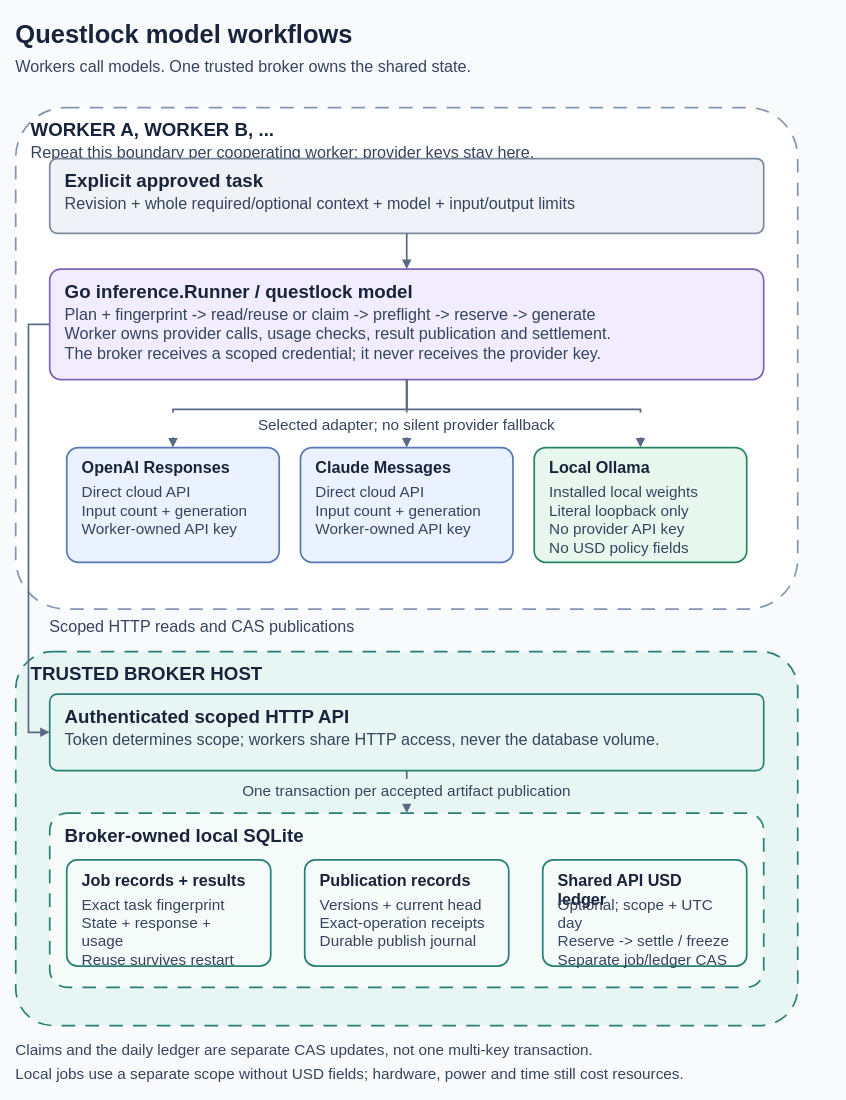
This is page "System boundaries" (1 of 2) of docs/diagrams/model-workflows.drawio from spfuzzylink/questlock, a draw.io file, before an edit. Source tidied: cells renumbered, new cells numbered last; positions are measured from the earlier drawing's top-left corner, leaving out a move shared by most shapes. Both pictures are drawn from the tidied source at 85%, with x=0, y=0 at pixel (15, 14).
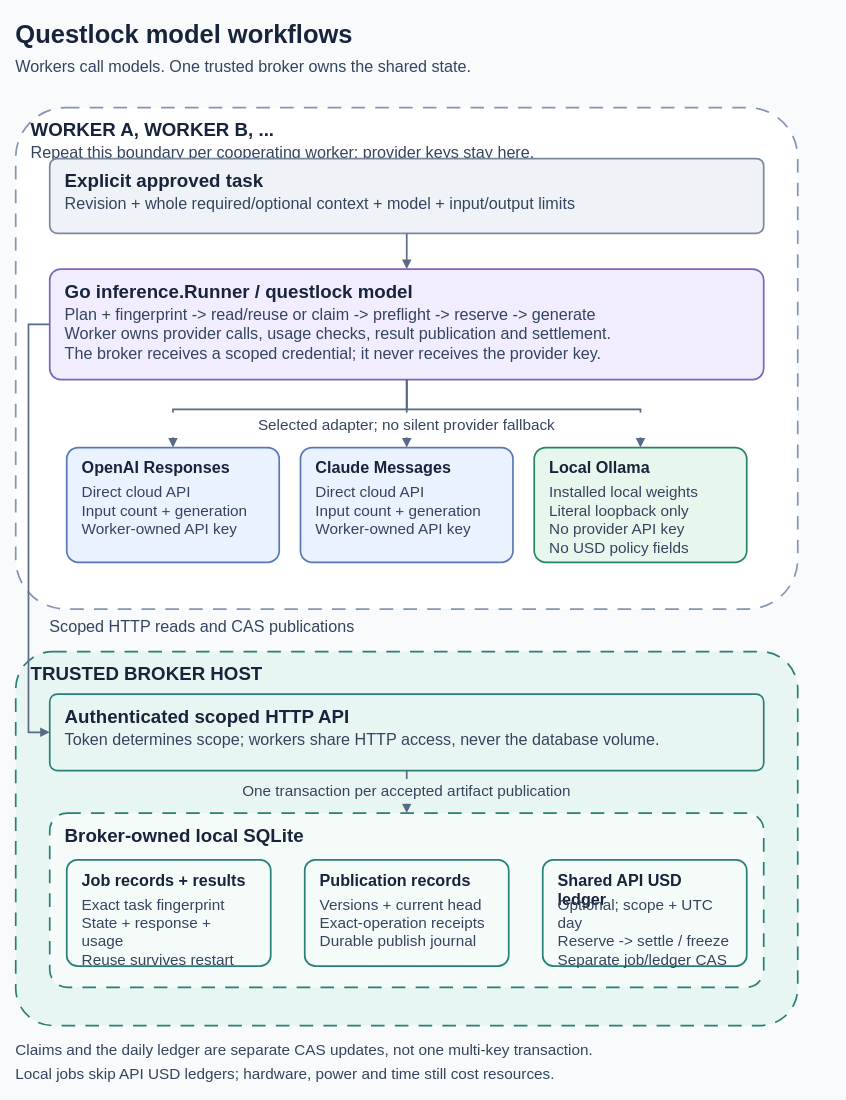
After the change.

What changed in the source:
```diff
@@
-    <mxCell id="48" value="Local jobs use a separate scope without USD fields; hardware, power and time still cost resources." style="text;html=0;whiteSpace=wrap;align=left;verticalAlign=top;fillColor=none;strokeColor=none;fontFamily=Arial;fontColor=#34445e;spacing=0;fontSize=18;align=left;fontColor=#34445e;" parent="1" vertex="1">
+    <mxCell id="48" value="Local jobs skip API USD ledgers; hardware, power and time still cost resources." style="text;html=0;whiteSpace=wrap;align=left;verticalAlign=top;fillColor=none;strokeColor=none;fontFamily=Arial;fontColor=#34445e;spacing=0;fontSize=18;align=left;fontColor=#34445e;" parent="1" vertex="1">
       <mxGeometry y="1231" width="920" height="29" as="geometry" />
     </mxCell>
```
